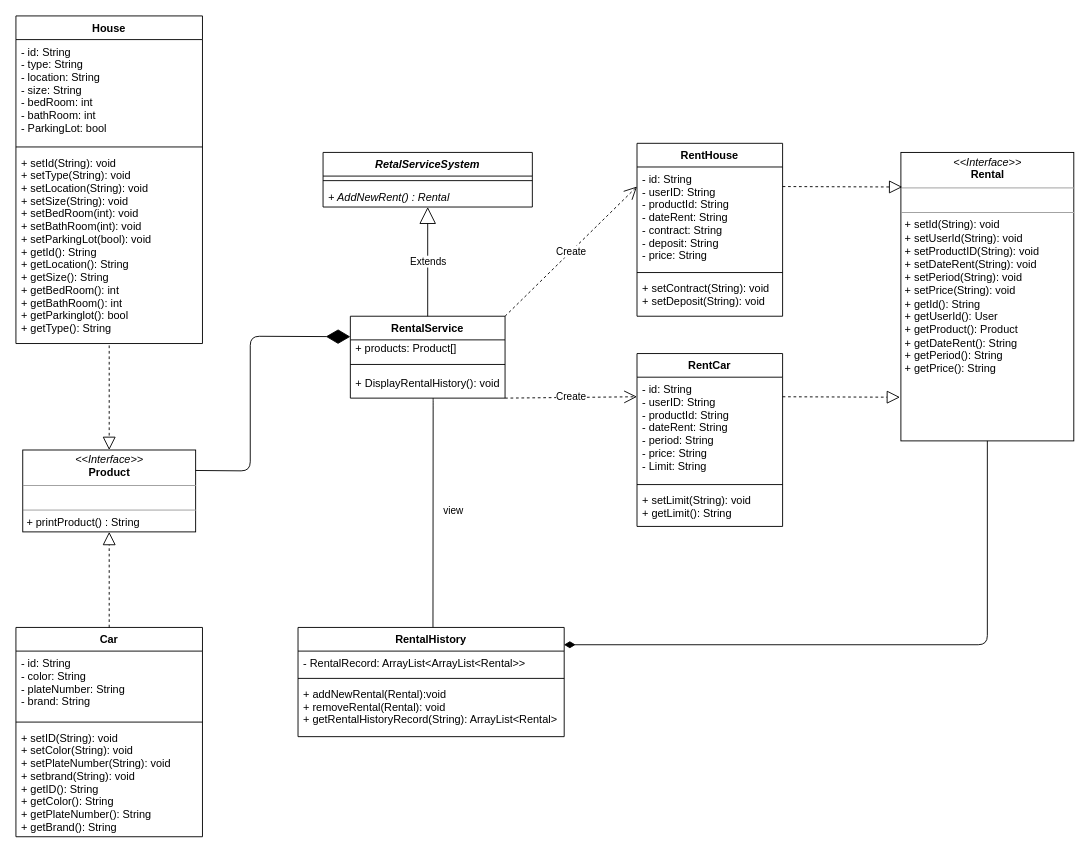
The draw.io diagram Homework_07/OOAD_Homework_07.drawio in vichhika/OOAD_Y3, before the edit. Source tidied: cells renumbered, new cells numbered last; positions are measured from the earlier drawing's top-left corner, leaving out a move shared by most shapes. Both pictures are drawn from the tidied source at 91%, with x=0, y=0 at pixel (15, 15).
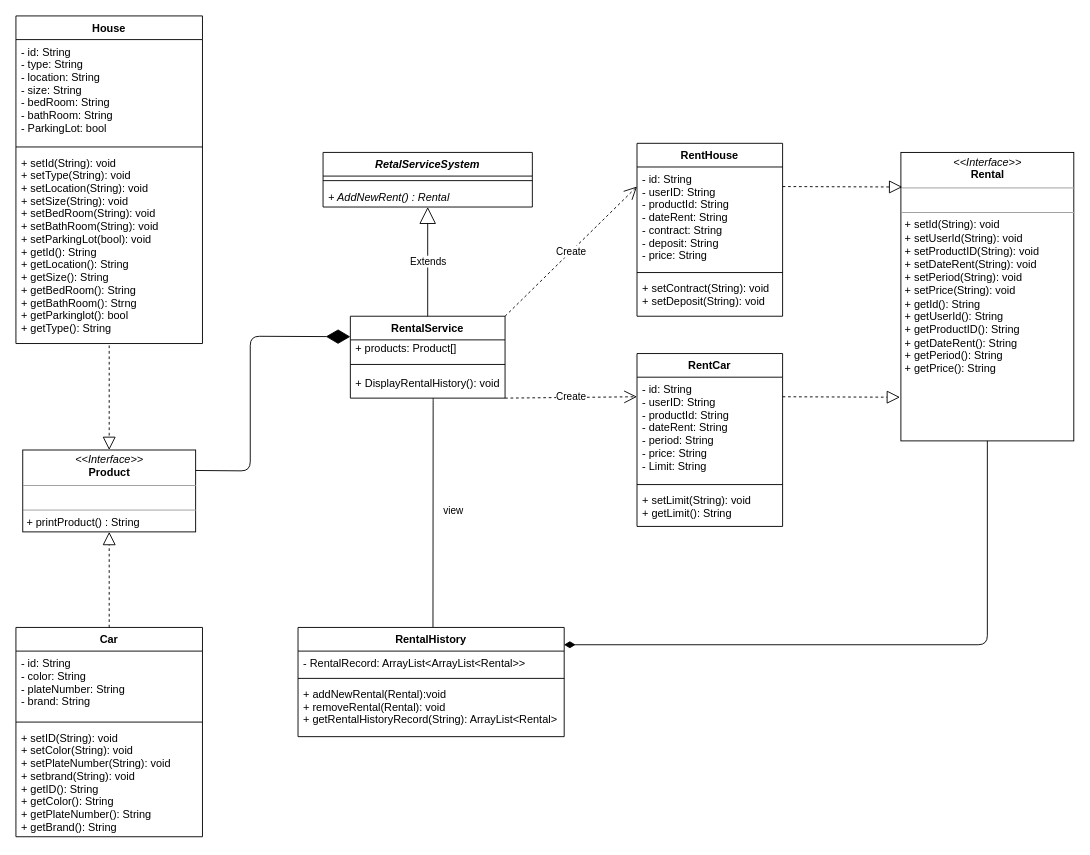
The same page after the edit.

Unchanged cells that the change refers to:
```xml
<mxCell id="5" value="House" style="swimlane;fontStyle=1;align=center;verticalAlign=top;horizontal=1;startSize=26;" parent="1" vertex="1">
  <mxGeometry width="205" height="360" as="geometry" />
</mxCell>
```

The edit, as a diff of the source:
```diff
@@
-    <mxCell id="6" value="- id: String&#10;- type: String&#10;- location: String&#10;- size: String&#10;- bedRoom: int&#10;- bathRoom: int&#10;- ParkingLot: bool" style="text;strokeColor=none;fillColor=none;align=left;verticalAlign=top;spacingLeft=4;spacingRight=4;overflow=hidden;" parent="5" vertex="1">
+    <mxCell id="6" value="- id: String&#10;- type: String&#10;- location: String&#10;- size: String&#10;- bedRoom: String&#10;- bathRoom: String&#10;- ParkingLot: bool" style="text;strokeColor=none;fillColor=none;align=left;verticalAlign=top;spacingLeft=4;spacingRight=4;overflow=hidden;" parent="5" vertex="1">
       <mxGeometry y="26" width="205" height="114" as="geometry" />
     </mxCell>
@@
-    <mxCell id="8" value="+ setId(String): void&#10;+ setType(String): void&#10;+ setLocation(String): void&#10;+ setSize(String): void&#10;+ setBedRoom(int): void&#10;+ setBathRoom(int): void&#10;+ setParkingLot(bool): void&#10;+ getId(): String&#10;+ getLocation(): String&#10;+ getSize(): String&#10;+ getBedRoom(): int&#10;+ getBathRoom(): int&#10;+ getParkinglot(): bool&#10;+ getType(): String" style="text;strokeColor=none;fillColor=none;align=left;verticalAlign=top;spacingLeft=4;spacingRight=4;overflow=hidden;points=[[0,0.5],[1,0.5]];portConstraint=eastwest;" parent="5" vertex="1">
+    <mxCell id="8" value="+ setId(String): void&#10;+ setType(String): void&#10;+ setLocation(String): void&#10;+ setSize(String): void&#10;+ setBedRoom(String): void&#10;+ setBathRoom(String): void&#10;+ setParkingLot(bool): void&#10;+ getId(): String&#10;+ getLocation(): String&#10;+ getSize(): String&#10;+ getBedRoom(): String&#10;+ getBathRoom(): Strng&#10;+ getParkinglot(): bool&#10;+ getType(): String" style="text;strokeColor=none;fillColor=none;align=left;verticalAlign=top;spacingLeft=4;spacingRight=4;overflow=hidden;points=[[0,0.5],[1,0.5]];portConstraint=eastwest;" parent="5" vertex="1">
       <mxGeometry y="148" width="205" height="212" as="geometry" />
     </mxCell>
@@
-    <mxCell id="31" value="&lt;p style=&quot;margin: 0px ; margin-top: 4px ; text-align: center&quot;&gt;&lt;i&gt;&amp;lt;&amp;lt;Interface&amp;gt;&amp;gt;&lt;/i&gt;&lt;br&gt;&lt;b&gt;Rental&lt;/b&gt;&lt;/p&gt;&lt;hr size=&quot;1&quot;&gt;&lt;p style=&quot;margin: 0px ; margin-left: 4px&quot;&gt;&lt;br&gt;&lt;/p&gt;&lt;hr size=&quot;1&quot;&gt;&lt;p style=&quot;margin: 0px ; margin-left: 4px&quot;&gt;+ setId(String): void&lt;br style=&quot;padding: 0px ; margin: 0px&quot;&gt;+ setUserId(String): void&lt;br style=&quot;padding: 0px ; margin: 0px&quot;&gt;+ setProductID(String): void&lt;br style=&quot;padding: 0px ; margin: 0px&quot;&gt;+ setDateRent(String): void&lt;br style=&quot;padding: 0px ; margin: 0px&quot;&gt;+ setPeriod(String): void&lt;br style=&quot;padding: 0px ; margin: 0px&quot;&gt;+ setPrice(String): void&lt;br style=&quot;padding: 0px ; margin: 0px&quot;&gt;+ getId(): String&lt;br style=&quot;padding: 0px ; margin: 0px&quot;&gt;+ getUserId(): User&lt;br style=&quot;padding: 0px ; margin: 0px&quot;&gt;+ getProduct(): Product&lt;br style=&quot;padding: 0px ; margin: 0px&quot;&gt;+ getDateRent(): String&lt;br style=&quot;padding: 0px ; margin: 0px&quot;&gt;+ getPeriod(): String&lt;br style=&quot;padding: 0px ; margin: 0px&quot;&gt;+ getPrice(): String&lt;br&gt;&lt;/p&gt;" style="verticalAlign=top;align=left;overflow=fill;fontSize=12;fontFamily=Helvetica;html=1;" parent="1" vertex="1">
+    <mxCell id="31" value="&lt;p style=&quot;margin: 0px ; margin-top: 4px ; text-align: center&quot;&gt;&lt;i&gt;&amp;lt;&amp;lt;Interface&amp;gt;&amp;gt;&lt;/i&gt;&lt;br&gt;&lt;b&gt;Rental&lt;/b&gt;&lt;/p&gt;&lt;hr size=&quot;1&quot;&gt;&lt;p style=&quot;margin: 0px ; margin-left: 4px&quot;&gt;&lt;br&gt;&lt;/p&gt;&lt;hr size=&quot;1&quot;&gt;&lt;p style=&quot;margin: 0px ; margin-left: 4px&quot;&gt;+ setId(String): void&lt;br style=&quot;padding: 0px ; margin: 0px&quot;&gt;+ setUserId(String): void&lt;br style=&quot;padding: 0px ; margin: 0px&quot;&gt;+ setProductID(String): void&lt;br style=&quot;padding: 0px ; margin: 0px&quot;&gt;+ setDateRent(String): void&lt;br style=&quot;padding: 0px ; margin: 0px&quot;&gt;+ setPeriod(String): void&lt;br style=&quot;padding: 0px ; margin: 0px&quot;&gt;+ setPrice(String): void&lt;br style=&quot;padding: 0px ; margin: 0px&quot;&gt;+ getId(): String&lt;br style=&quot;padding: 0px ; margin: 0px&quot;&gt;+ getUserId(): String&lt;br style=&quot;padding: 0px ; margin: 0px&quot;&gt;+ getProductID(): String&lt;br style=&quot;padding: 0px ; margin: 0px&quot;&gt;+ getDateRent(): String&lt;br style=&quot;padding: 0px ; margin: 0px&quot;&gt;+ getPeriod(): String&lt;br style=&quot;padding: 0px ; margin: 0px&quot;&gt;+ getPrice(): String&lt;br&gt;&lt;/p&gt;" style="verticalAlign=top;align=left;overflow=fill;fontSize=12;fontFamily=Helvetica;html=1;" parent="1" vertex="1">
       <mxGeometry x="972.5" y="150" width="190" height="317" as="geometry" />
     </mxCell>
```
